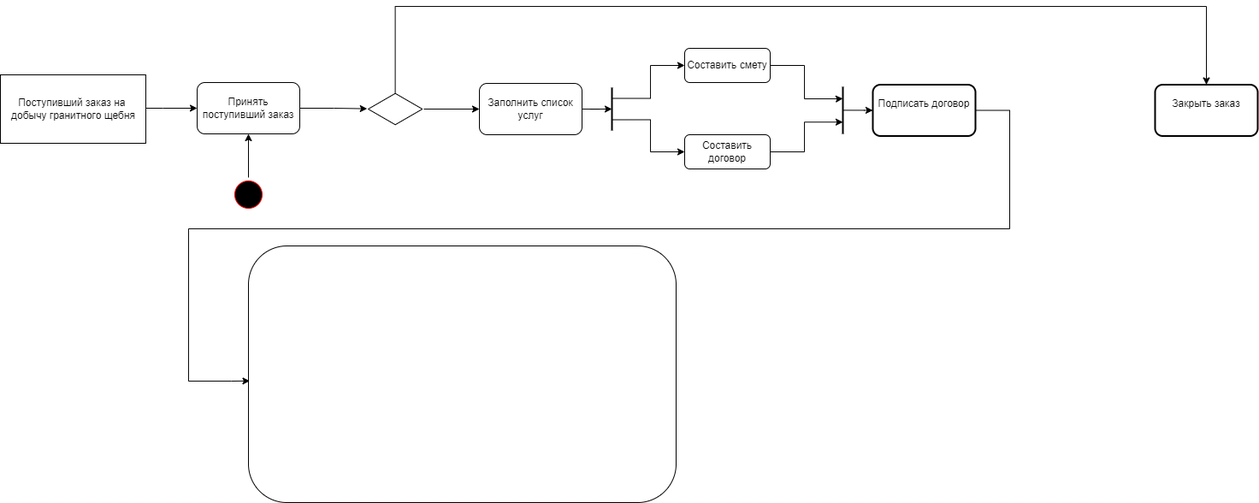
Above: Widow_Deiatelnosti.drawio.png in Awftf/UML (draw.io), before the change. Source tidied: cells renumbered, new cells last; positions are measured from the earlier drawing's top-left corner, leaving out a move shared by most shapes.
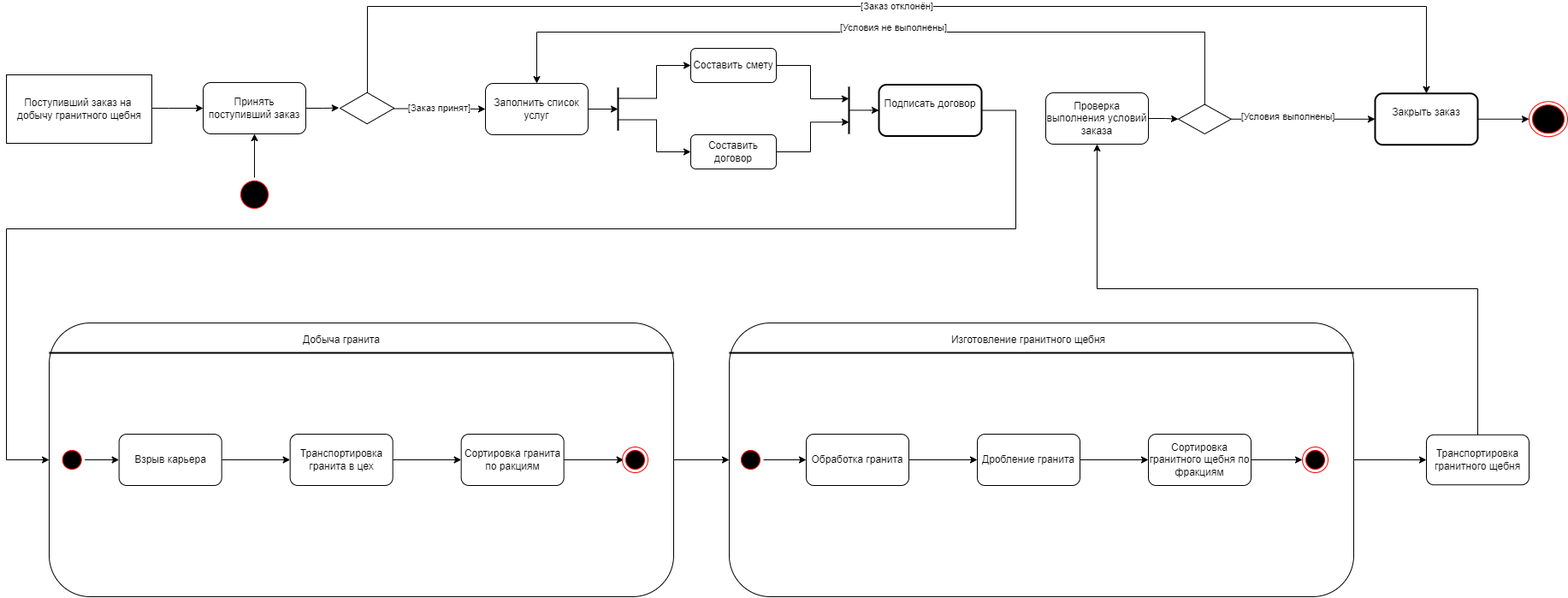
The same file after the commit.

What changed in the source:
```diff
@@ -2,6 +2,18 @@
   <root>
     <mxCell id="0" />
     <mxCell id="1" parent="0" />
+    <mxCell id="26" style="edgeStyle=orthogonalEdgeStyle;rounded=0;jettySize=auto;html=1;fontSize=36;" parent="1" edge="1" source="27" target="54">
+      <mxGeometry relative="1" as="geometry" />
+    </mxCell>
+    <mxCell id="27" style="whiteSpace=wrap;html=1;rounded=1;" parent="1" vertex="1">
+      <mxGeometry x="845" y="370" width="730" height="320" as="geometry" />
+    </mxCell>
+    <mxCell id="28" style="edgeStyle=orthogonalEdgeStyle;rounded=0;jettySize=auto;html=1;" parent="1" edge="1" source="25" target="27">
+      <mxGeometry relative="1" as="geometry" />
+    </mxCell>
+    <mxCell id="25" style="rounded=1;whiteSpace=wrap;html=1;" parent="1" vertex="1">
+      <mxGeometry x="50" y="370" width="730" height="320" as="geometry" />
+    </mxCell>
     <mxCell id="2" style="edgeStyle=orthogonalEdgeStyle;rounded=0;jettySize=auto;html=1;" parent="1" edge="1" source="3" target="7">
       <mxGeometry relative="1" as="geometry" />
     </mxCell>
@@ -25,10 +37,8 @@
     <mxCell id="7" value="Принять поступивший заказ" style="rounded=1;whiteSpace=wrap;html=1;" parent="1" vertex="1">
       <mxGeometry x="230" y="89" width="120" height="60" as="geometry" />
     </mxCell>
-    <mxCell id="8" style="edgeStyle=orthogonalEdgeStyle;rounded=0;jettySize=auto;html=1;" parent="1" edge="1" target="10">
-      <mxGeometry relative="1" as="geometry">
-        <mxPoint x="495" y="120" as="sourcePoint" />
-      </mxGeometry>
+    <mxCell id="8" value="[Заказ принят]" style="edgeStyle=orthogonalEdgeStyle;rounded=0;jettySize=auto;html=1;exitX=0.963;exitY=0.513;exitDx=0;exitDy=0;exitPerimeter=0;" parent="1" edge="1" source="12" target="10">
+      <mxGeometry relative="1" as="geometry" />
     </mxCell>
     <mxCell id="9" style="edgeStyle=orthogonalEdgeStyle;rounded=0;jettySize=auto;html=1;entryX=0.5;entryY=0.5;entryDx=0;entryDy=0;entryPerimeter=0;" parent="1" edge="1" source="10" target="15">
       <mxGeometry relative="1" as="geometry" />
@@ -36,16 +46,16 @@
     <mxCell id="10" value="Заполнить список услуг" style="whiteSpace=wrap;html=1;rounded=1;" parent="1" vertex="1">
       <mxGeometry x="560" y="90" width="120" height="60" as="geometry" />
     </mxCell>
-    <mxCell id="11" style="edgeStyle=orthogonalEdgeStyle;rounded=0;jettySize=auto;html=1;entryX=0.5;entryY=0;entryDx=0;entryDy=0;" parent="1" edge="1" source="12" target="23">
+    <mxCell id="11" value="[Заказ отклонён]" style="edgeStyle=orthogonalEdgeStyle;rounded=0;jettySize=auto;html=1;entryX=0.5;entryY=0;entryDx=0;entryDy=0;exitX=0.505;exitY=0.039;exitDx=0;exitDy=0;exitPerimeter=0;" parent="1" edge="1" source="12" target="23">
       <mxGeometry relative="1" as="geometry">
         <Array as="points">
-          <mxPoint x="462" />
-          <mxPoint x="1410" />
+          <mxPoint x="422" />
+          <mxPoint x="1660" />
         </Array>
       </mxGeometry>
     </mxCell>
     <mxCell id="12" style="html=1;whiteSpace=wrap;shape=isoRectangle;" parent="1" vertex="1">
-      <mxGeometry x="430" y="101" width="63.3" height="38" as="geometry" />
+      <mxGeometry x="390" y="100" width="63.3" height="38" as="geometry" />
     </mxCell>
     <mxCell id="13" style="edgeStyle=orthogonalEdgeStyle;rounded=0;jettySize=auto;html=1;exitX=0.25;exitY=0.5;exitDx=0;exitDy=0;exitPerimeter=0;entryX=0;entryY=0.5;entryDx=0;entryDy=0;" parent="1" edge="1" source="15" target="17">
       <mxGeometry relative="1" as="geometry" />
@@ -88,22 +98,130 @@
     <mxCell id="22" value="Подписать договор" style="rounded=1;whiteSpace=wrap;html=1;verticalAlign=top;strokeWidth=2;labelBackgroundColor=default;spacingTop=8;" parent="1" vertex="1">
       <mxGeometry x="1020" y="91.5" width="120" height="60" as="geometry" />
     </mxCell>
+    <mxCell id="29" style="edgeStyle=orthogonalEdgeStyle;rounded=0;jettySize=auto;html=1;entryX=0;entryY=0.5;entryDx=0;entryDy=0;" parent="1" edge="1" source="23" target="32">
+      <mxGeometry relative="1" as="geometry" />
+    </mxCell>
     <mxCell id="23" value="Закрыть заказ" style="whiteSpace=wrap;html=1;verticalAlign=top;rounded=1;strokeWidth=2;labelBackgroundColor=default;spacingTop=8;" parent="1" vertex="1">
-      <mxGeometry x="1350" y="91.5" width="120" height="60" as="geometry" />
+      <mxGeometry x="1600" y="101.8" width="120" height="60" as="geometry" />
     </mxCell>
-    <mxCell id="24" style="edgeStyle=orthogonalEdgeStyle;rounded=0;jettySize=auto;html=1;exitX=1;exitY=0.5;exitDx=0;exitDy=0;entryX=0.003;entryY=0.526;entryDx=0;entryDy=0;entryPerimeter=0;" parent="1" edge="1" source="22" target="25">
+    <mxCell id="24" style="edgeStyle=orthogonalEdgeStyle;rounded=0;jettySize=auto;html=1;exitX=1;exitY=0.5;exitDx=0;exitDy=0;" parent="1" edge="1" source="22">
       <mxGeometry relative="1" as="geometry">
+        <mxPoint x="50" y="530" as="targetPoint" />
         <Array as="points">
           <mxPoint x="1180" y="122" />
           <mxPoint x="1180" y="260" />
-          <mxPoint x="220" y="260" />
-          <mxPoint x="220" y="438" />
-          <mxPoint x="270" y="438" />
+          <mxPoint y="260" />
+          <mxPoint y="530" />
         </Array>
       </mxGeometry>
     </mxCell>
-    <mxCell id="25" style="rounded=1;whiteSpace=wrap;html=1;" parent="1" vertex="1">
-      <mxGeometry x="290" y="280" width="500" height="300" as="geometry" />
-    </mxCell>
+    <mxCell id="30" style="edgeStyle=orthogonalEdgeStyle;rounded=0;jettySize=auto;html=1;" parent="1" edge="1" source="31" target="34">
+      <mxGeometry relative="1" as="geometry" />
+    </mxCell>
+    <mxCell id="31" style="ellipse;html=1;shape=startState;fillColor=#000000;strokeColor=#ff0000;" parent="1" vertex="1">
+      <mxGeometry x="61.7" y="515" width="30" height="30" as="geometry" />
+    </mxCell>
+    <mxCell id="32" style="ellipse;html=1;shape=endState;fillColor=#000000;strokeColor=#ff0000;" parent="1" vertex="1">
+      <mxGeometry x="1780" y="111.2" width="45" height="41" as="geometry" />
+    </mxCell>
+    <mxCell id="33" style="edgeStyle=orthogonalEdgeStyle;rounded=0;jettySize=auto;html=1;" parent="1" edge="1" source="34" target="36">
+      <mxGeometry relative="1" as="geometry" />
+    </mxCell>
+    <mxCell id="34" value="Взрыв карьера" style="rounded=1;whiteSpace=wrap;html=1;" parent="1" vertex="1">
+      <mxGeometry x="131.7" y="500" width="120" height="60" as="geometry" />
+    </mxCell>
+    <mxCell id="35" style="edgeStyle=orthogonalEdgeStyle;rounded=0;jettySize=auto;html=1;" parent="1" edge="1" source="36" target="38">
+      <mxGeometry relative="1" as="geometry" />
+    </mxCell>
+    <mxCell id="36" value="Транспортировка гранита в цех" style="whiteSpace=wrap;html=1;rounded=1;" parent="1" vertex="1">
+      <mxGeometry x="331.7" y="500" width="120" height="60" as="geometry" />
+    </mxCell>
+    <mxCell id="37" style="edgeStyle=orthogonalEdgeStyle;rounded=0;jettySize=auto;html=1;entryX=0;entryY=0.5;entryDx=0;entryDy=0;" parent="1" edge="1" source="38">
+      <mxGeometry relative="1" as="geometry">
+        <mxPoint x="721.7" y="530" as="targetPoint" />
+      </mxGeometry>
+    </mxCell>
+    <mxCell id="38" value="Сортировка гранита по ракциям" style="whiteSpace=wrap;html=1;rounded=1;" parent="1" vertex="1">
+      <mxGeometry x="531.7" y="500" width="120" height="60" as="geometry" />
+    </mxCell>
+    <mxCell id="39" style="ellipse;html=1;shape=endState;fillColor=#000000;strokeColor=#ff0000;" parent="1" vertex="1">
+      <mxGeometry x="720" y="515" width="30" height="30" as="geometry" />
+    </mxCell>
+    <mxCell id="40" style="edgeStyle=orthogonalEdgeStyle;rounded=0;jettySize=auto;html=1;" parent="1" edge="1" source="41" target="43">
+      <mxGeometry relative="1" as="geometry" />
+    </mxCell>
+    <mxCell id="41" style="ellipse;html=1;shape=startState;fillColor=#000000;strokeColor=#ff0000;" parent="1" vertex="1">
+      <mxGeometry x="855" y="515" width="30" height="30" as="geometry" />
+    </mxCell>
+    <mxCell id="42" style="edgeStyle=orthogonalEdgeStyle;rounded=0;jettySize=auto;html=1;" parent="1" edge="1" source="43" target="45">
+      <mxGeometry relative="1" as="geometry" />
+    </mxCell>
+    <mxCell id="43" value="Обработка гранита" style="rounded=1;whiteSpace=wrap;html=1;" parent="1" vertex="1">
+      <mxGeometry x="935" y="500" width="120" height="60" as="geometry" />
+    </mxCell>
+    <mxCell id="44" style="edgeStyle=orthogonalEdgeStyle;rounded=0;jettySize=auto;html=1;" parent="1" edge="1" source="45" target="47">
+      <mxGeometry relative="1" as="geometry" />
+    </mxCell>
+    <mxCell id="45" value="Дробление гранита" style="whiteSpace=wrap;html=1;rounded=1;" parent="1" vertex="1">
+      <mxGeometry x="1135" y="500" width="120" height="60" as="geometry" />
+    </mxCell>
+    <mxCell id="46" style="edgeStyle=orthogonalEdgeStyle;rounded=0;jettySize=auto;html=1;entryX=0;entryY=0.5;entryDx=0;entryDy=0;" parent="1" edge="1" source="47" target="48">
+      <mxGeometry relative="1" as="geometry" />
+    </mxCell>
+    <mxCell id="47" value="Сортировка гранитного щебня по фракциям" style="whiteSpace=wrap;html=1;rounded=1;" parent="1" vertex="1">
+      <mxGeometry x="1335" y="500" width="120" height="60" as="geometry" />
+    </mxCell>
+    <mxCell id="48" style="ellipse;html=1;shape=endState;fillColor=#000000;strokeColor=#ff0000;" parent="1" vertex="1">
+      <mxGeometry x="1515" y="515" width="30" height="30" as="geometry" />
+    </mxCell>
+    <mxCell id="49" style="line;strokeWidth=2;html=1;" parent="1" vertex="1">
+      <mxGeometry x="50" y="400" width="730" height="10" as="geometry" />
+    </mxCell>
+    <mxCell id="50" style="line;strokeWidth=2;html=1;" parent="1" vertex="1">
+      <mxGeometry x="845" y="400" width="730" height="10" as="geometry" />
+    </mxCell>
+    <mxCell id="51" value="Добыча гранита" style="text;html=1;strokeColor=none;fillColor=none;align=center;verticalAlign=middle;whiteSpace=wrap;rounded=0;" parent="1" vertex="1">
+      <mxGeometry x="266.7" y="370" width="250" height="40" as="geometry" />
+    </mxCell>
+    <mxCell id="52" value="Изготовление гранитного щебня" style="text;html=1;strokeColor=none;fillColor=none;align=center;verticalAlign=middle;whiteSpace=wrap;rounded=0;" parent="1" vertex="1">
+      <mxGeometry x="1070" y="370" width="250" height="40" as="geometry" />
+    </mxCell>
+    <mxCell id="53" style="edgeStyle=orthogonalEdgeStyle;rounded=0;jettySize=auto;html=1;fontSize=36;" parent="1" edge="1" source="54" target="56">
+      <mxGeometry relative="1" as="geometry">
+        <Array as="points">
+          <mxPoint x="1720" y="330" />
+          <mxPoint x="1275" y="330" />
+        </Array>
+      </mxGeometry>
+    </mxCell>
+    <mxCell id="54" value="Транспортировка гранитного щебня" style="whiteSpace=wrap;html=1;rounded=1;" parent="1" vertex="1">
+      <mxGeometry x="1660" y="500.8" width="120" height="58.5" as="geometry" />
+    </mxCell>
+    <mxCell id="55" style="edgeStyle=orthogonalEdgeStyle;rounded=0;jettySize=auto;html=1;entryX=0;entryY=0.5;entryDx=0;entryDy=0;fontSize=36;" parent="1" edge="1" source="56" target="61">
+      <mxGeometry relative="1" as="geometry" />
+    </mxCell>
+    <mxCell id="56" value="Проверка выполнения условий заказа" style="whiteSpace=wrap;html=1;rounded=1;" parent="1" vertex="1">
+      <mxGeometry x="1215" y="101" width="120" height="60" as="geometry" />
+    </mxCell>
+    <mxCell id="57" style="edgeStyle=orthogonalEdgeStyle;rounded=0;jettySize=auto;html=1;entryX=0;entryY=0.5;entryDx=0;entryDy=0;fontSize=36;" parent="1" edge="1" source="61" target="23">
+      <mxGeometry relative="1" as="geometry" />
+    </mxCell>
+    <mxCell id="58" value="[Условия выполнены]" style="edgeLabel;html=1;align=center;verticalAlign=middle;fontSize=11;" parent="57" vertex="1">
+      <mxGeometry x="-0.22" y="3" relative="1" as="geometry" />
+    </mxCell>
+    <mxCell id="59" style="edgeStyle=orthogonalEdgeStyle;rounded=0;jettySize=auto;html=1;entryX=0.5;entryY=0;entryDx=0;entryDy=0;fontSize=36;" parent="1" edge="1" source="61" target="10">
+      <mxGeometry relative="1" as="geometry">
+        <Array as="points">
+          <mxPoint x="1401" y="30" />
+          <mxPoint x="620" y="30" />
+        </Array>
+      </mxGeometry>
+    </mxCell>
+    <mxCell id="60" value="[Условия не выполнены]" style="edgeLabel;html=1;align=center;verticalAlign=middle;fontSize=11;" parent="59" vertex="1">
+      <mxGeometry x="-0.03" y="-5" relative="1" as="geometry" />
+    </mxCell>
+    <mxCell id="61" style="rhombus;whiteSpace=wrap;html=1;fontSize=36;" parent="1" vertex="1">
+      <mxGeometry x="1370" y="114.5" width="61.7" height="34.5" as="geometry" />
+    </mxCell>
   </root>
 </mxGraphModel>
```
